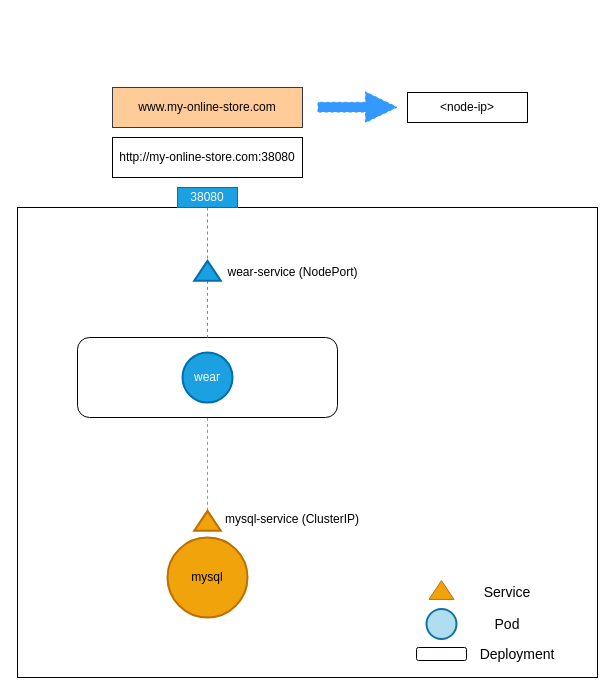
Before: page "ingress" (6 of 6) of assets/networking.drawio in aditya109/journey-CKA, a draw.io diagram. Source tidied: cells renumbered, new cells numbered last; positions are measured from the earlier drawing's top-left corner, leaving out a move shared by most shapes. Both pictures are drawn from the tidied source at 100%, with x=0, y=0 at pixel (17, 87).
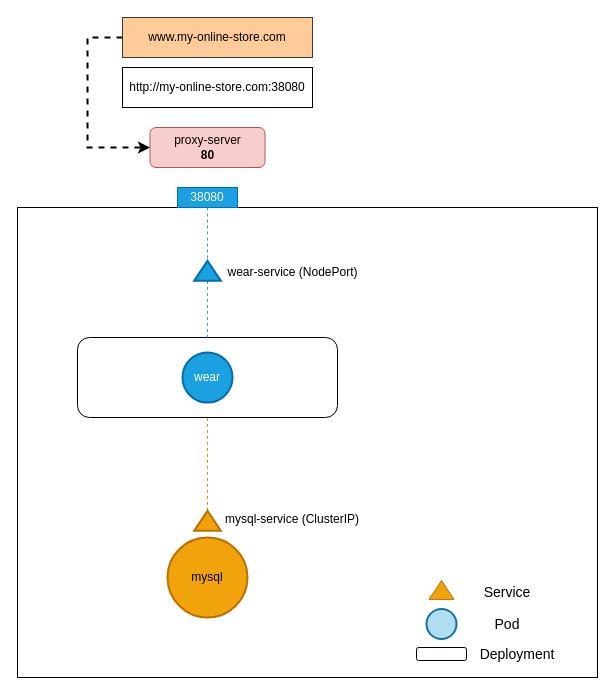
Above is the later version.

What changed in the source:
```diff
@@
+    <mxCell id="24" style="edgeStyle=orthogonalEdgeStyle;rounded=0;jettySize=auto;html=1;entryX=0;entryY=0.5;entryDx=0;entryDy=0;dashed=1;strokeColor=#000000;fillColor=#3399FF;strokeWidth=2;" parent="1" edge="1" source="2" target="25">
+      <mxGeometry relative="1" as="geometry">
+        <Array as="points">
+          <mxPoint x="70" y="-50" />
+          <mxPoint x="70" y="60" />
+        </Array>
+      </mxGeometry>
+    </mxCell>
     <mxCell id="2" value="www.my-online-store.com" style="rounded=0;whiteSpace=wrap;html=1;fillColor=#ffcc99;strokeColor=#36393d;" parent="1" vertex="1">
-      <mxGeometry x="95" width="190" height="40" as="geometry" />
+      <mxGeometry x="105" y="-70" width="190" height="40" as="geometry" />
     </mxCell>
@@
     <mxCell id="21" value="http://my-online-store.com:38080" style="rounded=0;whiteSpace=wrap;html=1;" parent="1" vertex="1">
-      <mxGeometry x="95" y="50" width="190" height="40" as="geometry" />
+      <mxGeometry x="105" y="-20" width="190" height="40" as="geometry" />
     </mxCell>
-    <mxCell id="22" style="shape=flexArrow;endArrow=classic;html=1;rounded=0;dashed=1;strokeColor=#3399FF;width=9.714285714285714;endSize=10.182857142857143;fillColor=#3399FF;" parent="1" edge="1">
-      <mxGeometry relative="1" as="geometry">
-        <mxPoint x="300" y="19.7" as="sourcePoint" />
-        <mxPoint x="380" y="19.7" as="targetPoint" />
-      </mxGeometry>
-    </mxCell>
-    <mxCell id="23" value="&amp;lt;node-ip&amp;gt;" style="rounded=0;whiteSpace=wrap;html=1;" parent="1" vertex="1">
-      <mxGeometry x="390" y="5" width="120" height="30" as="geometry" />
-    </mxCell>
+    <mxCell id="25" value="proxy-server&lt;br&gt;&lt;b&gt;80&lt;/b&gt;" style="rounded=1;whiteSpace=wrap;html=1;fillColor=#f8cecc;strokeColor=#b85450;" parent="1" vertex="1">
+      <mxGeometry x="132.5" y="40" width="115" height="40" as="geometry" />
+    </mxCell>
```
